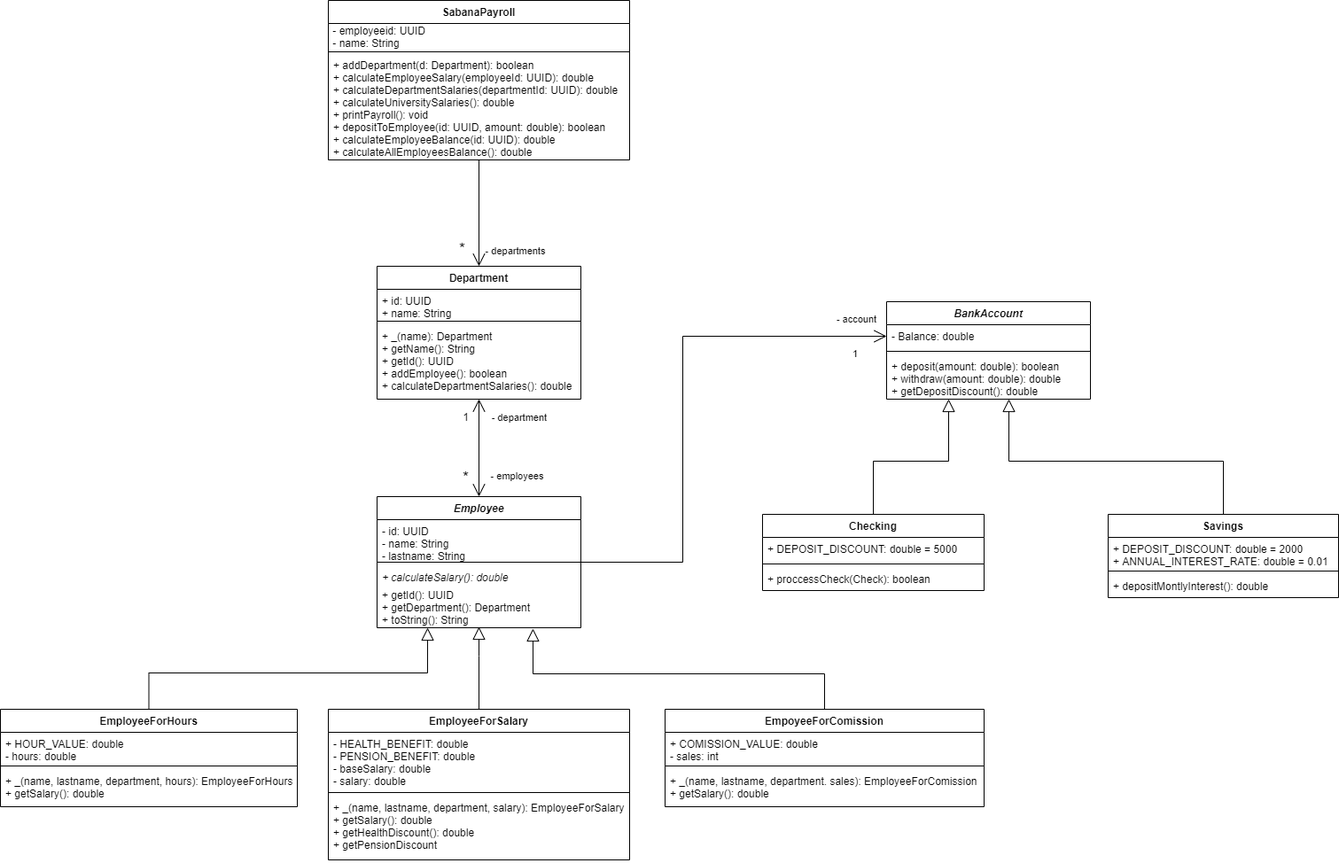
Cafeleyos/MUNOZ-SANTOS-SABANA-POOB-2021-1-LAB-ABSTRACT-CLASS keeps this draw.io diagram as img/sabanapayroll-class-diagram-act2.png. Above is the earlier version. Source tidied: cells renumbered, new cells last; positions are measured from the earlier drawing's top-left corner, leaving out a move shared by most shapes.
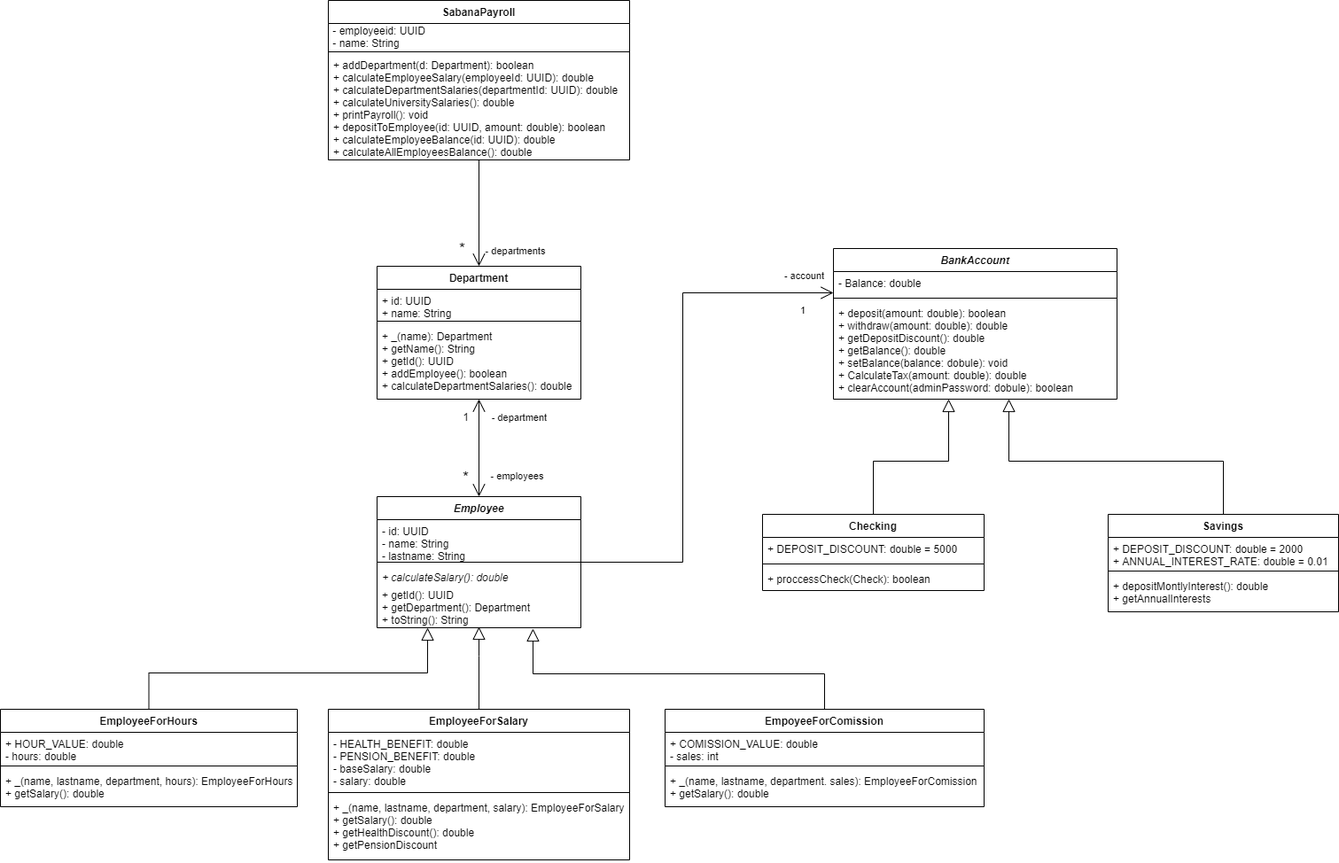
The same diagram one commit later.

The edit, as a diff of the source:
```diff
@@ -42,11 +42,11 @@
     <mxCell id="13" value="+ _(name): Department&#10;+ getName(): String&#10;+ getId(): UUID&#10;+ addEmployee(): boolean&#10;+ calculateDepartmentSalaries(): double" style="text;strokeColor=none;fillColor=none;align=left;verticalAlign=top;spacingLeft=4;spacingRight=4;overflow=hidden;" parent="10" vertex="1">
       <mxGeometry y="66" width="230" height="84" as="geometry" />
     </mxCell>
-    <mxCell id="14" value="- account&lt;br style=&quot;font-size: 11px;&quot;&gt;&lt;br style=&quot;font-size: 11px;&quot;&gt;&lt;br style=&quot;font-size: 11px;&quot;&gt;1&amp;nbsp;" style="edgeStyle=orthogonalEdgeStyle;rounded=0;jettySize=auto;html=1;endArrow=open;endFill=0;strokeWidth=1;endSize=12;entryX=0;entryY=0.5;entryDx=0;entryDy=0;verticalAlign=middle;labelBackgroundColor=none;fontSize=11;" parent="1" edge="1" source="15" target="40">
+    <mxCell id="14" value="- account&lt;br style=&quot;font-size: 11px;&quot;&gt;&lt;br style=&quot;font-size: 11px;&quot;&gt;&lt;br style=&quot;font-size: 11px;&quot;&gt;1&amp;nbsp;" style="edgeStyle=orthogonalEdgeStyle;rounded=0;jettySize=auto;html=1;endArrow=open;endFill=0;strokeWidth=1;endSize=12;verticalAlign=middle;labelBackgroundColor=none;fontSize=11;" parent="1" edge="1" source="15" target="39">
       <mxGeometry x="0.89" relative="1" as="geometry">
         <Array as="points">
           <mxPoint x="770" y="634" />
-          <mxPoint x="770" y="379" />
+          <mxPoint x="770" y="330" />
         </Array>
       </mxGeometry>
     </mxCell>
@@ -137,16 +137,16 @@
       <mxGeometry x="545" y="460" width="90" height="20" as="geometry" />
     </mxCell>
     <mxCell id="39" value="BankAccount" style="swimlane;fontStyle=3;align=center;verticalAlign=top;horizontal=1;startSize=26;" parent="1" vertex="1">
-      <mxGeometry x="1000" y="340" width="230" height="110" as="geometry" />
+      <mxGeometry x="940" y="280" width="320" height="170" as="geometry" />
     </mxCell>
     <mxCell id="40" value="- Balance: double" style="text;strokeColor=none;fillColor=none;align=left;verticalAlign=top;spacingLeft=4;spacingRight=4;overflow=hidden;points=[[0,0.5],[1,0.5]];portConstraint=eastwest;" parent="39" vertex="1">
-      <mxGeometry y="26" width="230" height="26" as="geometry" />
+      <mxGeometry y="26" width="320" height="26" as="geometry" />
     </mxCell>
     <mxCell id="41" style="line;strokeWidth=1;fillColor=none;align=left;verticalAlign=middle;spacingTop=-1;spacingLeft=3;spacingRight=3;labelPosition=right;" parent="39" vertex="1">
-      <mxGeometry y="52" width="230" height="8" as="geometry" />
+      <mxGeometry y="52" width="320" height="8" as="geometry" />
     </mxCell>
-    <mxCell id="42" value="+ deposit(amount: double): boolean&#10;+ withdraw(amount: double): double&#10;+ getDepositDiscount(): double" style="text;strokeColor=none;fillColor=none;align=left;verticalAlign=top;spacingLeft=4;spacingRight=4;overflow=hidden;points=[[0,0.5],[1,0.5]];portConstraint=eastwest;" parent="39" vertex="1">
-      <mxGeometry y="60" width="230" height="50" as="geometry" />
+    <mxCell id="42" value="+ deposit(amount: double): boolean&#10;+ withdraw(amount: double): double&#10;+ getDepositDiscount(): double&#10;+ getBalance(): double&#10;+ setBalance(balance: dobule): void&#10;+ CalculateTax(amount: double): double&#10;+ clearAccount(adminPassword: dobule): boolean" style="text;strokeColor=none;fillColor=none;align=left;verticalAlign=top;spacingLeft=4;spacingRight=4;overflow=hidden;points=[[0,0.5],[1,0.5]];portConstraint=eastwest;" parent="39" vertex="1">
+      <mxGeometry y="60" width="320" height="110" as="geometry" />
     </mxCell>
     <mxCell id="43" style="edgeStyle=orthogonalEdgeStyle;rounded=0;jettySize=auto;html=1;labelBackgroundColor=none;endArrow=block;endFill=0;endSize=12;strokeWidth=1;fontSize=11;" parent="1" edge="1" source="44" target="42">
       <mxGeometry relative="1" as="geometry">
@@ -177,7 +177,7 @@
       </mxGeometry>
     </mxCell>
     <mxCell id="49" value="Savings" style="swimlane;fontStyle=1;align=center;verticalAlign=top;horizontal=1;startSize=26;fontSize=12;" parent="1" vertex="1">
-      <mxGeometry x="1250" y="580" width="260" height="94" as="geometry" />
+      <mxGeometry x="1250" y="580" width="260" height="110" as="geometry" />
     </mxCell>
     <mxCell id="50" value="+ DEPOSIT_DISCOUNT: double = 2000&#10;+ ANNUAL_INTEREST_RATE: double = 0.01" style="text;strokeColor=none;fillColor=none;align=left;verticalAlign=top;spacingLeft=4;spacingRight=4;overflow=hidden;" parent="49" vertex="1">
       <mxGeometry y="26" width="260" height="34" as="geometry" />
@@ -185,8 +185,8 @@
     <mxCell id="51" style="line;strokeWidth=1;fillColor=none;align=left;verticalAlign=middle;spacingTop=-1;spacingLeft=3;spacingRight=3;labelPosition=right;" parent="49" vertex="1">
       <mxGeometry y="60" width="260" height="8" as="geometry" />
     </mxCell>
-    <mxCell id="52" value="+ depositMontlyInterest(): double" style="text;strokeColor=none;fillColor=none;align=left;verticalAlign=top;spacingLeft=4;spacingRight=4;overflow=hidden;" parent="49" vertex="1">
-      <mxGeometry y="68" width="260" height="26" as="geometry" />
+    <mxCell id="52" value="+ depositMontlyInterest(): double&#10;+ getAnnualInterests" style="text;strokeColor=none;fillColor=none;align=left;verticalAlign=top;spacingLeft=4;spacingRight=4;overflow=hidden;" parent="49" vertex="1">
+      <mxGeometry y="68" width="260" height="42" as="geometry" />
     </mxCell>
   </root>
 </mxGraphModel>
```
